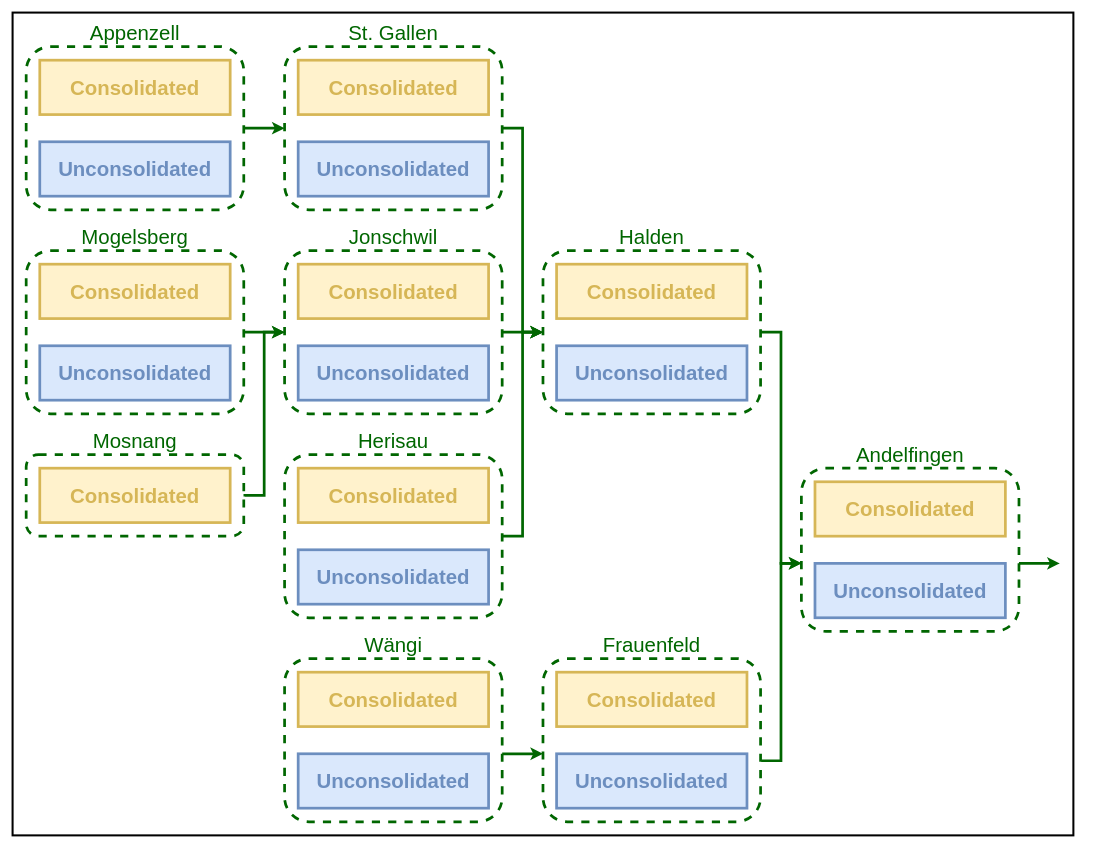
Before: page "Fig-10" (6 of 6) of doc/pics/schemas.drawio in dalmo1991/superflexPy, a draw.io diagram. Source tidied: cells renumbered, new cells numbered last; positions are measured from the earlier drawing's top-left corner, leaving out a move shared by most shapes. Both pictures are drawn from the tidied source at 68%, with x=0, y=0 at pixel (12, 12).
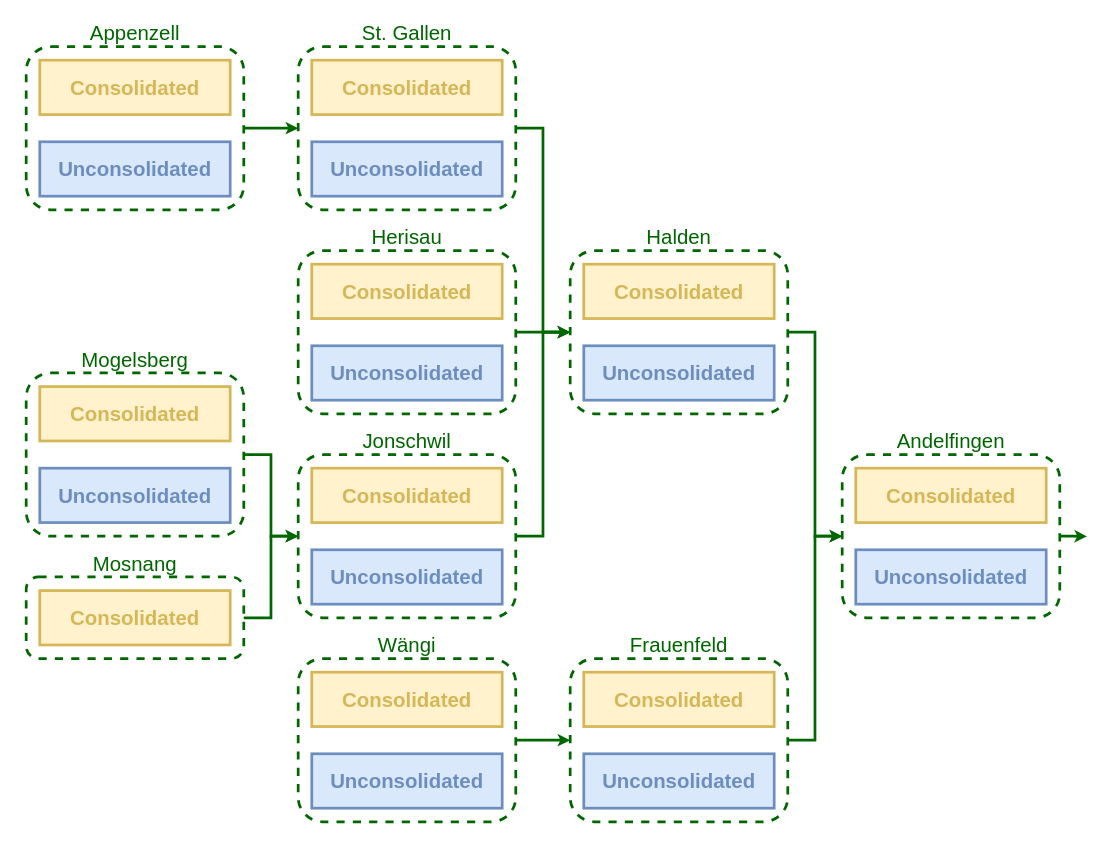
After the change.

The change refers to these unchanged cells:
```xml
<mxCell id="4" style="rounded=1;whiteSpace=wrap;html=1;fillColor=none;strokeColor=#006600;strokeWidth=4;dashed=1;" parent="3" vertex="1">
  <mxGeometry y="30" width="320" height="240" as="geometry" />
</mxCell>
<mxCell id="9" style="rounded=1;whiteSpace=wrap;html=1;fillColor=none;strokeColor=#006600;strokeWidth=4;dashed=1;" parent="8" vertex="1">
  <mxGeometry y="30" width="320" height="240" as="geometry" />
</mxCell>
<mxCell id="14" style="rounded=1;whiteSpace=wrap;html=1;fillColor=none;strokeColor=#006600;strokeWidth=4;dashed=1;" parent="13" vertex="1">
  <mxGeometry y="30" width="320" height="240" as="geometry" />
</mxCell>
<mxCell id="19" style="rounded=1;whiteSpace=wrap;html=1;fillColor=none;strokeColor=#006600;strokeWidth=4;dashed=1;" parent="18" vertex="1">
  <mxGeometry y="30" width="320" height="240" as="geometry" />
</mxCell>
<mxCell id="24" style="rounded=1;whiteSpace=wrap;html=1;fillColor=none;strokeColor=#006600;strokeWidth=4;dashed=1;" parent="23" vertex="1">
  <mxGeometry y="30" width="320" height="240" as="geometry" />
</mxCell>
<mxCell id="33" style="rounded=1;whiteSpace=wrap;html=1;fillColor=none;strokeColor=#006600;strokeWidth=4;dashed=1;" parent="32" vertex="1">
  <mxGeometry y="30" width="320" height="240" as="geometry" />
</mxCell>
<mxCell id="38" style="rounded=1;whiteSpace=wrap;html=1;fillColor=none;strokeColor=#006600;strokeWidth=4;dashed=1;" parent="37" vertex="1">
  <mxGeometry y="30" width="320" height="240" as="geometry" />
</mxCell>
<mxCell id="43" style="rounded=1;whiteSpace=wrap;html=1;fillColor=none;strokeColor=#006600;strokeWidth=4;dashed=1;" parent="42" vertex="1">
  <mxGeometry y="30" width="320" height="240" as="geometry" />
</mxCell>
<mxCell id="48" style="rounded=1;whiteSpace=wrap;html=1;fillColor=none;strokeColor=#006600;strokeWidth=4;dashed=1;" parent="47" vertex="1">
  <mxGeometry y="30" width="320" height="240" as="geometry" />
</mxCell>
```

Diff of the diagram source:
```diff
@@
-    <mxCell id="2" style="rounded=0;whiteSpace=wrap;html=1;fillColor=none;strokeWidth=3;" parent="1" vertex="1">
-      <mxGeometry width="1560" height="1210" as="geometry" />
-    </mxCell>
@@
     <mxCell id="8" style="group;" parent="1" vertex="1">
-      <mxGeometry x="400" y="20" width="320" height="270" as="geometry" />
+      <mxGeometry x="420" y="20" width="320" height="270" as="geometry" />
     </mxCell>
@@
     <mxCell id="13" style="group;" parent="1" vertex="1">
-      <mxGeometry x="20" y="320" width="320" height="270" as="geometry" />
+      <mxGeometry x="20" y="500" width="350" height="390" as="geometry" />
     </mxCell>
@@
     <mxCell id="18" style="group;" parent="1" vertex="1">
-      <mxGeometry x="400" y="320" width="320" height="270" as="geometry" />
+      <mxGeometry x="420" y="320" width="320" height="270" as="geometry" />
     </mxCell>
@@
-    <mxCell id="22" value="&lt;div style=&quot;font-size: 30px&quot;&gt;&lt;font style=&quot;font-size: 30px&quot; color=&quot;#006600&quot;&gt;Jonschwil&lt;/font&gt;&lt;/div&gt;" style="text;html=1;strokeColor=none;fillColor=none;align=center;verticalAlign=middle;whiteSpace=wrap;rounded=0;fontSize=30;" parent="18" vertex="1">
+    <mxCell id="22" value="&lt;div style=&quot;font-size: 30px&quot;&gt;&lt;font style=&quot;font-size: 30px&quot; color=&quot;#006600&quot;&gt;Herisau&lt;/font&gt;&lt;/div&gt;" style="text;html=1;strokeColor=none;fillColor=none;align=center;verticalAlign=middle;whiteSpace=wrap;rounded=0;fontSize=30;" parent="18" vertex="1">
       <mxGeometry x="140" width="40" height="20" as="geometry" />
     </mxCell>
     <mxCell id="23" style="group;" parent="1" vertex="1">
-      <mxGeometry x="400" y="620" width="320" height="270" as="geometry" />
+      <mxGeometry x="420" y="620" width="320" height="270" as="geometry" />
     </mxCell>
@@
-    <mxCell id="27" value="&lt;div style=&quot;font-size: 30px&quot;&gt;&lt;font style=&quot;font-size: 30px&quot; color=&quot;#006600&quot;&gt;Herisau&lt;/font&gt;&lt;/div&gt;" style="text;html=1;strokeColor=none;fillColor=none;align=center;verticalAlign=middle;whiteSpace=wrap;rounded=0;fontSize=30;" parent="23" vertex="1">
+    <mxCell id="27" value="&lt;div style=&quot;font-size: 30px&quot;&gt;&lt;span style=&quot;color: rgb(0 , 102 , 0)&quot;&gt;Jonschwil&lt;/span&gt;&lt;br&gt;&lt;/div&gt;" style="text;html=1;strokeColor=none;fillColor=none;align=center;verticalAlign=middle;whiteSpace=wrap;rounded=0;fontSize=30;" parent="23" vertex="1">
       <mxGeometry x="140" width="40" height="20" as="geometry" />
     </mxCell>
     <mxCell id="28" style="group;" parent="1" vertex="1">
-      <mxGeometry x="20" y="620" width="320" height="270" as="geometry" />
+      <mxGeometry x="20" y="540" width="320" height="270" as="geometry" />
     </mxCell>
     <mxCell id="29" style="rounded=1;whiteSpace=wrap;html=1;fillColor=none;strokeColor=#006600;strokeWidth=4;dashed=1;" parent="28" vertex="1">
-      <mxGeometry y="30" width="320" height="120" as="geometry" />
+      <mxGeometry y="290" width="320" height="120" as="geometry" />
     </mxCell>
     <mxCell id="30" value="&lt;font style=&quot;font-size: 30px;&quot; color=&quot;#D6B656&quot;&gt;&lt;b style=&quot;font-size: 30px;&quot;&gt;&lt;font style=&quot;font-size: 30px;&quot;&gt;Consolidated&lt;/font&gt;&lt;/b&gt;&lt;/font&gt;" style="rounded=0;whiteSpace=wrap;html=1;fillColor=#fff2cc;strokeColor=#D6B656;strokeWidth=4;fontSize=30;" parent="28" vertex="1">
-      <mxGeometry x="20" y="50" width="280" height="80" as="geometry" />
+      <mxGeometry x="20" y="310" width="280" height="80" as="geometry" />
     </mxCell>
     <mxCell id="31" value="&lt;div style=&quot;font-size: 30px&quot;&gt;&lt;font style=&quot;font-size: 30px&quot; color=&quot;#006600&quot;&gt;Mosnang&lt;/font&gt;&lt;/div&gt;" style="text;html=1;strokeColor=none;fillColor=none;align=center;verticalAlign=middle;whiteSpace=wrap;rounded=0;fontSize=30;" parent="28" vertex="1">
-      <mxGeometry x="140" width="40" height="20" as="geometry" />
+      <mxGeometry x="140" y="260" width="40" height="20" as="geometry" />
     </mxCell>
     <mxCell id="32" style="group;" parent="1" vertex="1">
-      <mxGeometry x="780" y="320" width="320" height="270" as="geometry" />
+      <mxGeometry x="820" y="320" width="320" height="270" as="geometry" />
     </mxCell>
@@
     <mxCell id="37" style="group;" parent="1" vertex="1">
-      <mxGeometry x="1160" y="640" width="320" height="270" as="geometry" />
+      <mxGeometry x="1220" y="620" width="320" height="270" as="geometry" />
     </mxCell>
@@
     <mxCell id="42" style="group;" parent="1" vertex="1">
-      <mxGeometry x="400" y="920" width="320" height="270" as="geometry" />
+      <mxGeometry x="420" y="920" width="320" height="270" as="geometry" />
     </mxCell>
@@
     <mxCell id="47" style="group;" parent="1" vertex="1">
-      <mxGeometry x="780" y="920" width="320" height="270" as="geometry" />
+      <mxGeometry x="820" y="920" width="320" height="270" as="geometry" />
     </mxCell>
@@
-    <mxCell id="52" style="edgeStyle=orthogonalEdgeStyle;rounded=0;orthogonalLoop=1;jettySize=auto;html=1;exitX=1;exitY=0.5;exitDx=0;exitDy=0;strokeColor=#006600;strokeWidth=4;" parent="1" edge="1">
-      <mxGeometry relative="1" as="geometry">
-        <mxPoint x="340" y="170" as="sourcePoint" />
-        <mxPoint x="400" y="170" as="targetPoint" />
-      </mxGeometry>
-    </mxCell>
-    <mxCell id="53" style="edgeStyle=orthogonalEdgeStyle;rounded=0;orthogonalLoop=1;jettySize=auto;html=1;exitX=1;exitY=0.5;exitDx=0;exitDy=0;strokeColor=#006600;strokeWidth=4;" parent="1" edge="1">
-      <mxGeometry relative="1" as="geometry">
-        <mxPoint x="720" y="1090" as="sourcePoint" />
-        <mxPoint x="780" y="1090" as="targetPoint" />
-      </mxGeometry>
-    </mxCell>
-    <mxCell id="54" style="edgeStyle=orthogonalEdgeStyle;rounded=0;orthogonalLoop=1;jettySize=auto;html=1;exitX=1;exitY=0.5;exitDx=0;exitDy=0;strokeColor=#006600;strokeWidth=4;" parent="1" edge="1">
-      <mxGeometry relative="1" as="geometry">
-        <mxPoint x="340" y="470" as="sourcePoint" />
-        <mxPoint x="400" y="470" as="targetPoint" />
-      </mxGeometry>
-    </mxCell>
-    <mxCell id="55" style="edgeStyle=orthogonalEdgeStyle;rounded=0;orthogonalLoop=1;jettySize=auto;html=1;exitX=1;exitY=0.5;exitDx=0;exitDy=0;strokeColor=#006600;strokeWidth=4;" parent="1" edge="1">
-      <mxGeometry relative="1" as="geometry">
-        <mxPoint x="720" y="470" as="sourcePoint" />
-        <mxPoint x="780" y="470" as="targetPoint" />
-      </mxGeometry>
-    </mxCell>
+    <mxCell id="63" style="edgeStyle=orthogonalEdgeStyle;rounded=0;jettySize=auto;html=1;entryX=0;entryY=0.5;entryDx=0;entryDy=0;strokeColor=#006600;strokeWidth=4;" parent="1" edge="1" source="4" target="9">
+      <mxGeometry relative="1" as="geometry" />
+    </mxCell>
+    <mxCell id="64" style="edgeStyle=orthogonalEdgeStyle;rounded=0;jettySize=auto;html=1;entryX=0;entryY=0.5;entryDx=0;entryDy=0;strokeColor=#006600;strokeWidth=4;" parent="1" edge="1" source="14" target="24">
+      <mxGeometry relative="1" as="geometry" />
+    </mxCell>
+    <mxCell id="65" style="edgeStyle=orthogonalEdgeStyle;rounded=0;jettySize=auto;html=1;exitX=1;exitY=0.5;exitDx=0;exitDy=0;entryX=0;entryY=0.5;entryDx=0;entryDy=0;strokeColor=#006600;strokeWidth=4;" parent="1" edge="1" source="29" target="24">
+      <mxGeometry relative="1" as="geometry" />
+    </mxCell>
-    <mxCell id="56" style="edgeStyle=orthogonalEdgeStyle;rounded=0;jettySize=auto;html=1;strokeColor=#006600;strokeWidth=4;entryX=0;entryY=0.5;entryDx=0;entryDy=0;entryPerimeter=0;" parent="1" edge="1" source="24" target="33">
-      <mxGeometry relative="1" as="geometry">
-        <Array as="points">
-          <mxPoint x="750" y="770" />
-          <mxPoint x="750" y="470" />
-        </Array>
-      </mxGeometry>
+    <mxCell id="56" style="edgeStyle=orthogonalEdgeStyle;rounded=0;jettySize=auto;html=1;exitX=1;exitY=0.5;exitDx=0;exitDy=0;entryX=0;entryY=0.5;entryDx=0;entryDy=0;strokeColor=#006600;strokeWidth=4;" parent="1" edge="1" source="24" target="33">
+      <mxGeometry relative="1" as="geometry" />
     </mxCell>
-    <mxCell id="57" style="edgeStyle=orthogonalEdgeStyle;rounded=0;jettySize=auto;html=1;strokeColor=#006600;strokeWidth=4;exitX=1.005;exitY=0.514;exitDx=0;exitDy=0;exitPerimeter=0;" parent="1" edge="1" source="29">
-      <mxGeometry relative="1" as="geometry">
-        <mxPoint x="400" y="470" as="targetPoint" />
-        <Array as="points">
-          <mxPoint x="342" y="710" />
-          <mxPoint x="370" y="710" />
-          <mxPoint x="370" y="470" />
-        </Array>
-      </mxGeometry>
-    </mxCell>
-    <mxCell id="58" style="edgeStyle=orthogonalEdgeStyle;rounded=0;jettySize=auto;html=1;strokeColor=#006600;strokeWidth=4;exitX=1;exitY=0.5;exitDx=0;exitDy=0;exitPerimeter=0;" parent="1" edge="1" source="9">
-      <mxGeometry relative="1" as="geometry">
-        <mxPoint x="780" y="470" as="targetPoint" />
-        <Array as="points">
-          <mxPoint x="750" y="170" />
-          <mxPoint x="750" y="470" />
-        </Array>
-      </mxGeometry>
-    </mxCell>
+    <mxCell id="66" style="edgeStyle=orthogonalEdgeStyle;rounded=0;jettySize=auto;html=1;exitX=1;exitY=0.5;exitDx=0;exitDy=0;entryX=0;entryY=0.5;entryDx=0;entryDy=0;strokeColor=#006600;strokeWidth=4;" parent="1" edge="1" source="19" target="33">
+      <mxGeometry relative="1" as="geometry" />
+    </mxCell>
+    <mxCell id="67" style="edgeStyle=orthogonalEdgeStyle;rounded=0;jettySize=auto;html=1;exitX=1;exitY=0.5;exitDx=0;exitDy=0;entryX=0;entryY=0.5;entryDx=0;entryDy=0;strokeColor=#006600;strokeWidth=4;" parent="1" edge="1" source="9" target="33">
+      <mxGeometry relative="1" as="geometry" />
+    </mxCell>
+    <mxCell id="68" style="edgeStyle=orthogonalEdgeStyle;rounded=0;jettySize=auto;html=1;exitX=1;exitY=0.5;exitDx=0;exitDy=0;entryX=0;entryY=0.5;entryDx=0;entryDy=0;strokeColor=#006600;strokeWidth=4;" parent="1" edge="1" source="43" target="48">
+      <mxGeometry relative="1" as="geometry" />
+    </mxCell>
-    <mxCell id="59" style="edgeStyle=orthogonalEdgeStyle;rounded=0;jettySize=auto;html=1;exitX=1;exitY=0.5;exitDx=0;exitDy=0;strokeColor=#006600;strokeWidth=4;exitPerimeter=0;entryX=0.001;entryY=0.583;entryDx=0;entryDy=0;entryPerimeter=0;" parent="1" edge="1" source="33" target="38">
-      <mxGeometry relative="1" as="geometry">
-        <Array as="points">
-          <mxPoint x="1130" y="470" />
-          <mxPoint x="1130" y="810" />
-        </Array>
-      </mxGeometry>
+    <mxCell id="59" style="edgeStyle=orthogonalEdgeStyle;rounded=0;jettySize=auto;html=1;exitX=1;exitY=0.5;exitDx=0;exitDy=0;entryX=0;entryY=0.5;entryDx=0;entryDy=0;strokeColor=#006600;strokeWidth=4;" parent="1" edge="1" source="33" target="38">
+      <mxGeometry relative="1" as="geometry" />
     </mxCell>
-    <mxCell id="60" style="edgeStyle=orthogonalEdgeStyle;rounded=0;jettySize=auto;html=1;strokeColor=#006600;strokeWidth=4;exitX=1.003;exitY=0.626;exitDx=0;exitDy=0;exitPerimeter=0;" parent="1" edge="1" source="48">
-      <mxGeometry relative="1" as="geometry">
-        <mxPoint x="1160" y="810" as="targetPoint" />
-        <Array as="points">
-          <mxPoint x="1130" y="1100" />
-          <mxPoint x="1130" y="810" />
-          <mxPoint x="1160" y="810" />
-        </Array>
-      </mxGeometry>
-    </mxCell>
-    <mxCell id="61" style="edgeStyle=orthogonalEdgeStyle;rounded=0;orthogonalLoop=1;jettySize=auto;html=1;exitX=1;exitY=0.5;exitDx=0;exitDy=0;strokeColor=#006600;strokeWidth=4;" parent="1" edge="1">
-      <mxGeometry relative="1" as="geometry">
-        <mxPoint x="1480" y="810" as="sourcePoint" />
-        <mxPoint x="1540" y="810" as="targetPoint" />
-      </mxGeometry>
-    </mxCell>
-    <mxCell id="62" style="endArrow=classic;html=1;strokeColor=#fff;" parent="1" edge="1">
-      <mxGeometry relative="1" as="geometry">
-        <mxPoint x="1580" y="490" as="sourcePoint" />
-        <mxPoint x="1580" y="570" as="targetPoint" />
-      </mxGeometry>
-    </mxCell>
+    <mxCell id="69" style="edgeStyle=orthogonalEdgeStyle;rounded=0;jettySize=auto;html=1;exitX=1;exitY=0.5;exitDx=0;exitDy=0;entryX=0;entryY=0.5;entryDx=0;entryDy=0;strokeColor=#006600;strokeWidth=4;" parent="1" edge="1" source="48" target="38">
+      <mxGeometry relative="1" as="geometry" />
+    </mxCell>
+    <mxCell id="70" style="edgeStyle=orthogonalEdgeStyle;rounded=0;jettySize=auto;html=1;exitX=1;exitY=0.5;exitDx=0;exitDy=0;strokeColor=#006600;strokeWidth=4;" parent="1" edge="1" source="38">
+      <mxGeometry relative="1" as="geometry">
+        <mxPoint x="1580" y="770.4" as="targetPoint" />
+      </mxGeometry>
+    </mxCell>
```
